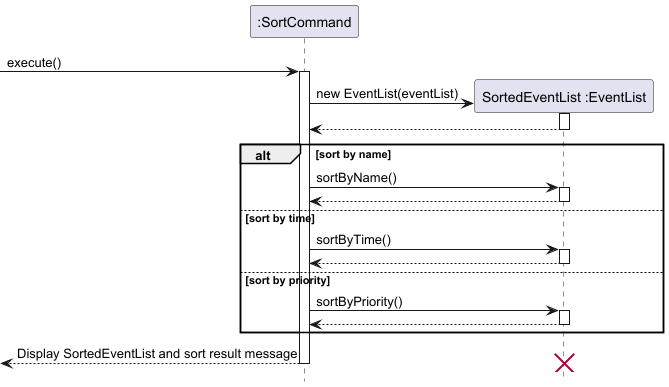
Above: docs/images/SortCommandSequenceDiagram.png in nus-cs2113-AY2425S1/tp (PlantUML), before the change.
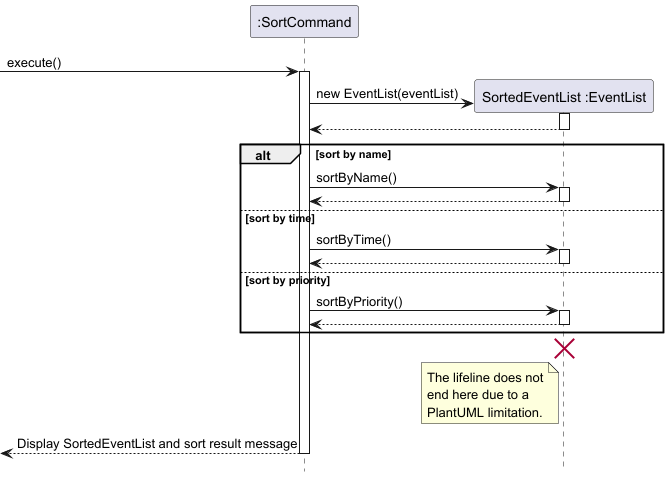
The same file after the commit.

Commit message:
Update instance destruction in sequence diagrams as per review

What changed in the source:
```diff
@@ -30,8 +30,14 @@
 
 end alt
 
+destroy SEL
+
+note left of SEL
+    The lifeline does not
+    end here due to a
+    PlantUML limitation.
+end note
+
 return Display SortedEventList and sort result message
 
-destroy SEL
-
 @enduml
```
